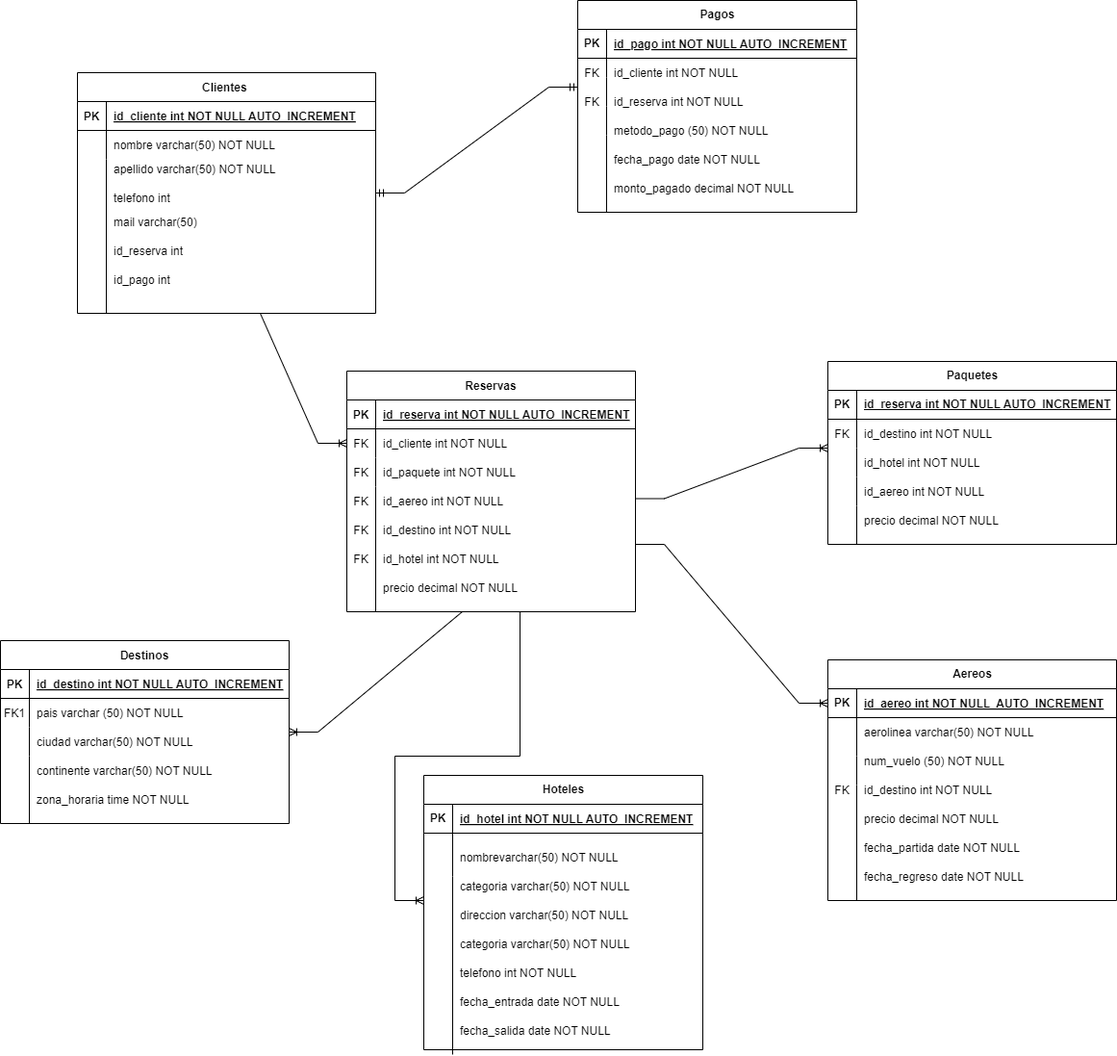
The draw.io diagram DER AGENVIAJ.png in Julianm510/SQL, before a commit. Source tidied: cells renumbered, new cells last; positions are measured from the earlier drawing's top-left corner, leaving out a move shared by most shapes.
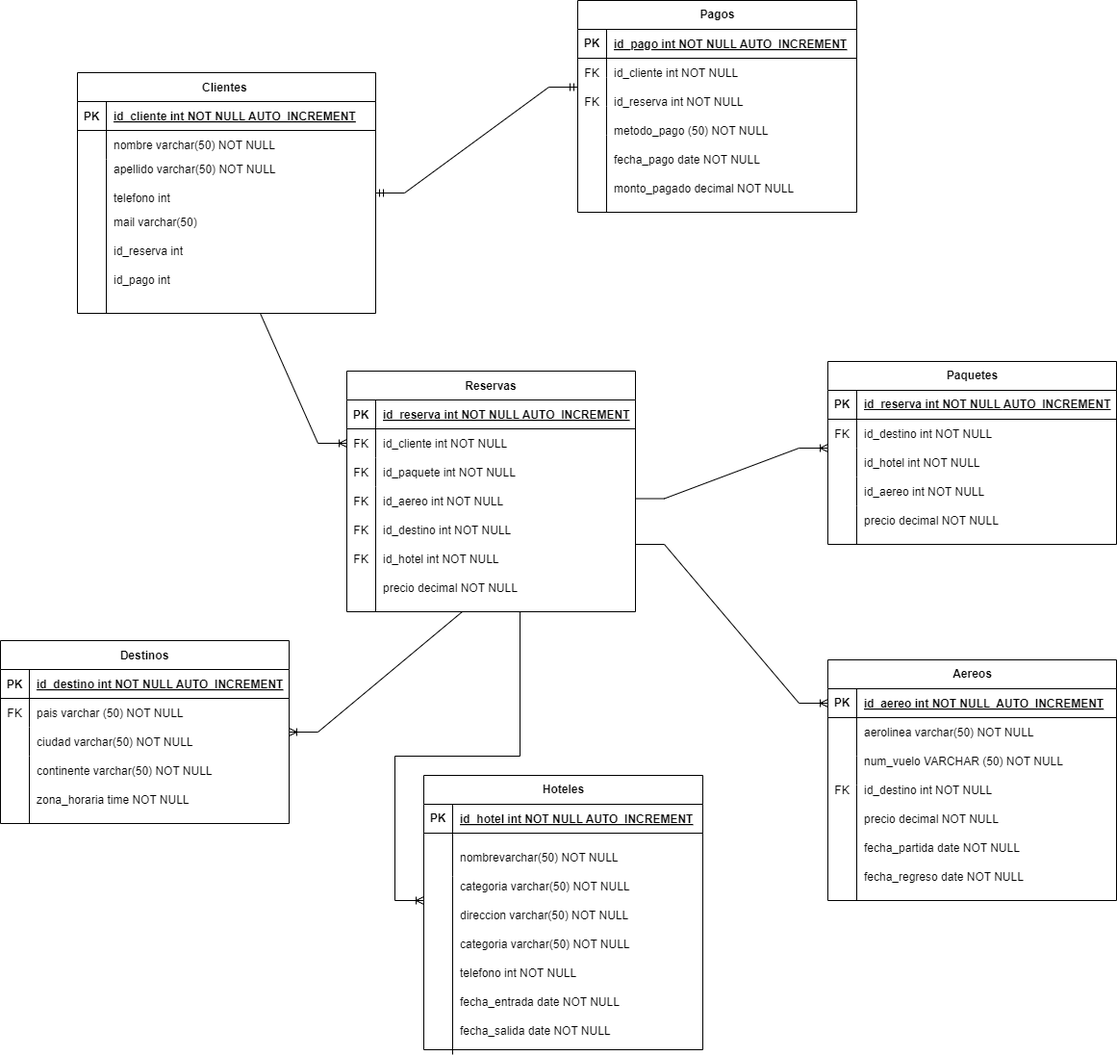
After the change.

The edit, as a diff of the source:
```diff
@@ -47,7 +47,7 @@
     <mxCell id="16" style="shape=partialRectangle;fillColor=none;top=0;left=0;right=0;bottom=0;" parent="12" vertex="1">
       <mxGeometry y="60" width="300" height="30" as="geometry" />
     </mxCell>
-    <mxCell id="17" value="FK1" style="shape=partialRectangle;overflow=hidden;fillColor=none;top=0;left=0;bottom=0;right=0;" parent="16" vertex="1">
+    <mxCell id="17" value="FK" style="shape=partialRectangle;overflow=hidden;fillColor=none;top=0;left=0;bottom=0;right=0;" parent="16" vertex="1">
       <mxGeometry width="30" height="30" as="geometry" />
     </mxCell>
     <mxCell id="18" value="pais varchar (50) NOT NULL" style="shape=partialRectangle;overflow=hidden;fillColor=none;top=0;left=0;bottom=0;right=0;align=left;spacingLeft=6;" parent="16" vertex="1">
@@ -290,7 +290,7 @@
     <mxCell id="96" value="aerolinea varchar(50) NOT NULL" style="shape=partialRectangle;overflow=hidden;fillColor=none;top=0;left=0;bottom=0;right=0;align=left;spacingLeft=6;" parent="1" vertex="1">
       <mxGeometry x="1010" y="745" width="220" height="30" as="geometry" />
     </mxCell>
-    <mxCell id="97" value="num_vuelo (50) NOT NULL" style="shape=partialRectangle;overflow=hidden;fillColor=none;top=0;left=0;bottom=0;right=0;align=left;spacingLeft=6;" parent="1" vertex="1">
+    <mxCell id="97" value="num_vuelo VARCHAR (50) NOT NULL" style="shape=partialRectangle;overflow=hidden;fillColor=none;top=0;left=0;bottom=0;right=0;align=left;spacingLeft=6;" parent="1" vertex="1">
       <mxGeometry x="1010" y="775" width="220" height="30" as="geometry" />
     </mxCell>
     <mxCell id="98" value="id_destino int NOT NULL" style="shape=partialRectangle;overflow=hidden;fillColor=none;top=0;left=0;bottom=0;right=0;align=left;spacingLeft=6;" parent="1" vertex="1">
```
